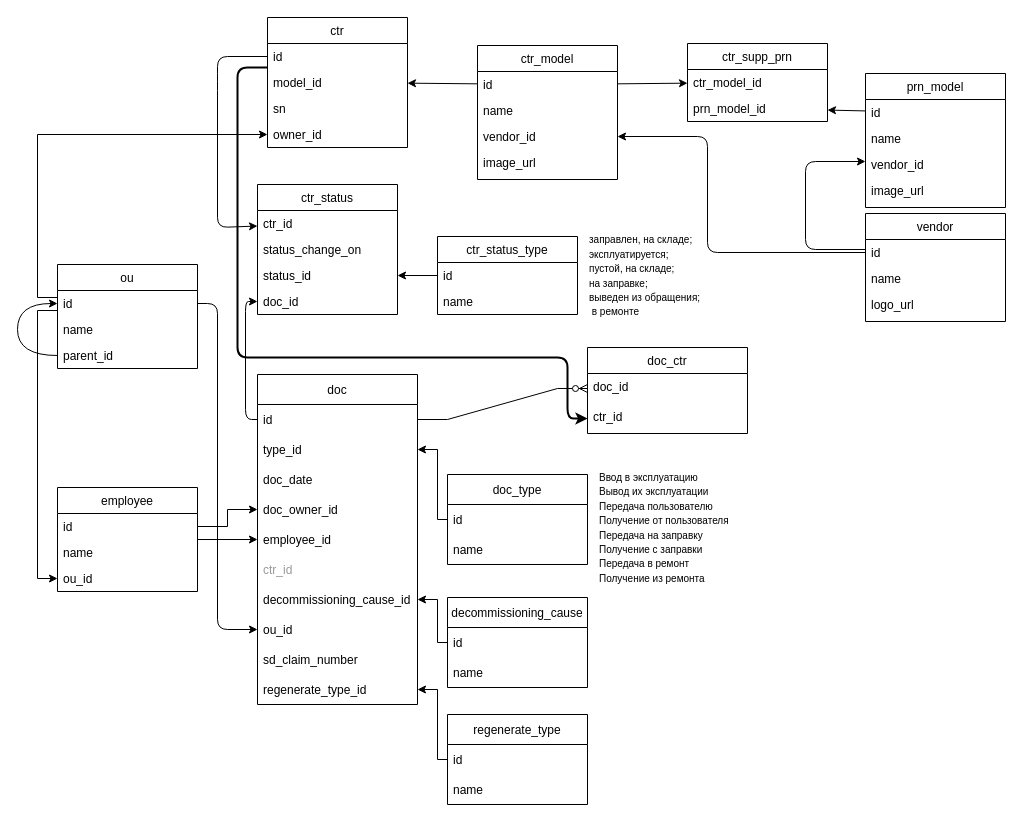
IgorTkachuk/caartridge_accounting keeps this draw.io diagram as docs/cartridge_accounting.drawio. Above is the earlier version. Source tidied: cells renumbered, new cells numbered last; positions are measured from the earlier drawing's top-left corner, leaving out a move shared by most shapes. Both pictures are drawn from the tidied source at 100%, with x=0, y=0 at pixel (17, 17).
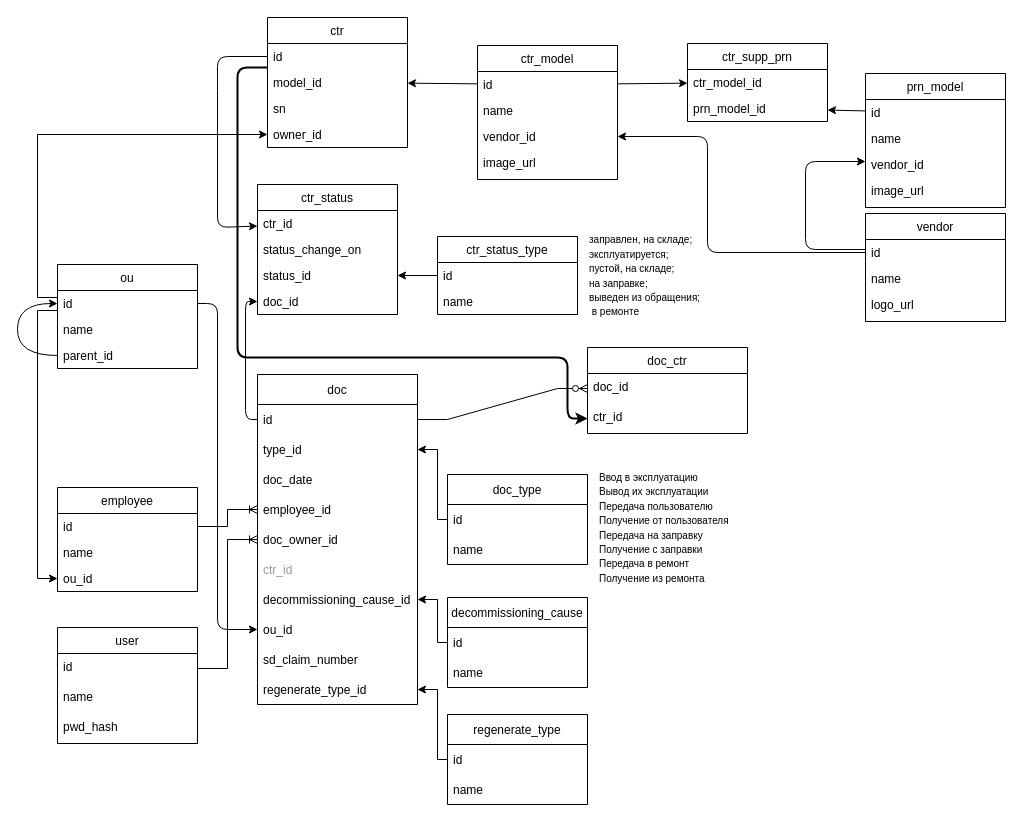
Above is the later version.

Commit message:
update db schema diagram with user table

The change refers to these unchanged cells:
```xml
<mxCell id="44" value="employee" style="swimlane;fontStyle=0;horizontal=1;startSize=26;" parent="1" vertex="1">
  <mxGeometry x="40" y="470" width="140" height="104" as="geometry" />
</mxCell>
<mxCell id="45" value="id" style="text;strokeColor=none;fillColor=none;align=left;verticalAlign=top;spacingLeft=4;spacingRight=4;overflow=hidden;points=[[0,0.5],[1,0.5]];portConstraint=eastwest;" parent="44" vertex="1">
  <mxGeometry y="26" width="140" height="26" as="geometry" />
</mxCell>
<mxCell id="52" value="doc" style="swimlane;fontStyle=0;horizontal=1;startSize=30;" parent="1" vertex="1">
  <mxGeometry x="240" y="357" width="160" height="330" as="geometry" />
</mxCell>
```

What changed in the source:
```diff
@@
-    <mxCell id="43" style="edgeStyle=orthogonalEdgeStyle;rounded=0;jettySize=auto;html=1;" parent="1" edge="1" source="44" target="57">
-      <mxGeometry relative="1" as="geometry" />
-    </mxCell>
@@
+    <mxCell id="57" value="employee_id" style="text;strokeColor=none;fillColor=none;align=left;verticalAlign=middle;spacingLeft=4;spacingRight=4;overflow=hidden;points=[[0,0.5],[1,0.5]];portConstraint=eastwest;" parent="52" vertex="1">
+      <mxGeometry y="120" width="160" height="30" as="geometry" />
+    </mxCell>
     <mxCell id="56" value="doc_owner_id" style="text;strokeColor=none;fillColor=none;align=left;verticalAlign=middle;spacingLeft=4;spacingRight=4;overflow=hidden;points=[[0,0.5],[1,0.5]];portConstraint=eastwest;" parent="52" vertex="1">
-      <mxGeometry y="120" width="160" height="30" as="geometry" />
+      <mxGeometry y="150" width="160" height="30" as="geometry" />
     </mxCell>
-    <mxCell id="57" value="employee_id" style="text;strokeColor=none;fillColor=none;align=left;verticalAlign=middle;spacingLeft=4;spacingRight=4;overflow=hidden;points=[[0,0.5],[1,0.5]];portConstraint=eastwest;" parent="52" vertex="1">
-      <mxGeometry y="150" width="160" height="30" as="geometry" />
-    </mxCell>
@@
-    <mxCell id="67" style="edgeStyle=orthogonalEdgeStyle;rounded=0;jettySize=auto;html=1;" parent="1" edge="1" source="45" target="56">
-      <mxGeometry relative="1" as="geometry" />
-    </mxCell>
@@
+    <mxCell id="84" style="edgeStyle=entityRelationEdgeStyle;fontSize=12;html=1;endArrow=ERoneToMany;rounded=0;fontColor=#999999;entryX=0;entryY=0.5;entryDx=0;entryDy=0;" parent="1" edge="1" source="45" target="57">
+      <mxGeometry relative="1" as="geometry" />
+    </mxCell>
+    <mxCell id="85" value="user" style="swimlane;fontStyle=0;horizontal=1;startSize=26;align=center;fontSize=12;fontColor=#000000;" parent="1" vertex="1">
+      <mxGeometry x="40" y="610" width="140" height="116" as="geometry" />
+    </mxCell>
+    <mxCell id="86" value="id" style="text;strokeColor=none;fillColor=none;spacingLeft=4;spacingRight=4;overflow=hidden;points=[[0,0.5],[1,0.5]];portConstraint=eastwest;fontSize=12;fontColor=#000000;" parent="85" vertex="1">
+      <mxGeometry y="26" width="140" height="30" as="geometry" />
+    </mxCell>
+    <mxCell id="87" value="name" style="text;strokeColor=none;fillColor=none;spacingLeft=4;spacingRight=4;overflow=hidden;fontSize=12;fontColor=#000000;" parent="85" vertex="1">
+      <mxGeometry y="56" width="140" height="30" as="geometry" />
+    </mxCell>
+    <mxCell id="88" value="pwd_hash" style="text;strokeColor=none;fillColor=none;spacingLeft=4;spacingRight=4;overflow=hidden;fontSize=12;fontColor=#000000;" parent="85" vertex="1">
+      <mxGeometry y="86" width="140" height="30" as="geometry" />
+    </mxCell>
+    <mxCell id="89" style="edgeStyle=entityRelationEdgeStyle;fontSize=12;html=1;endArrow=ERoneToMany;rounded=0;fontColor=#000000;" parent="1" edge="1" source="86" target="56">
+      <mxGeometry relative="1" as="geometry" />
+    </mxCell>
```
